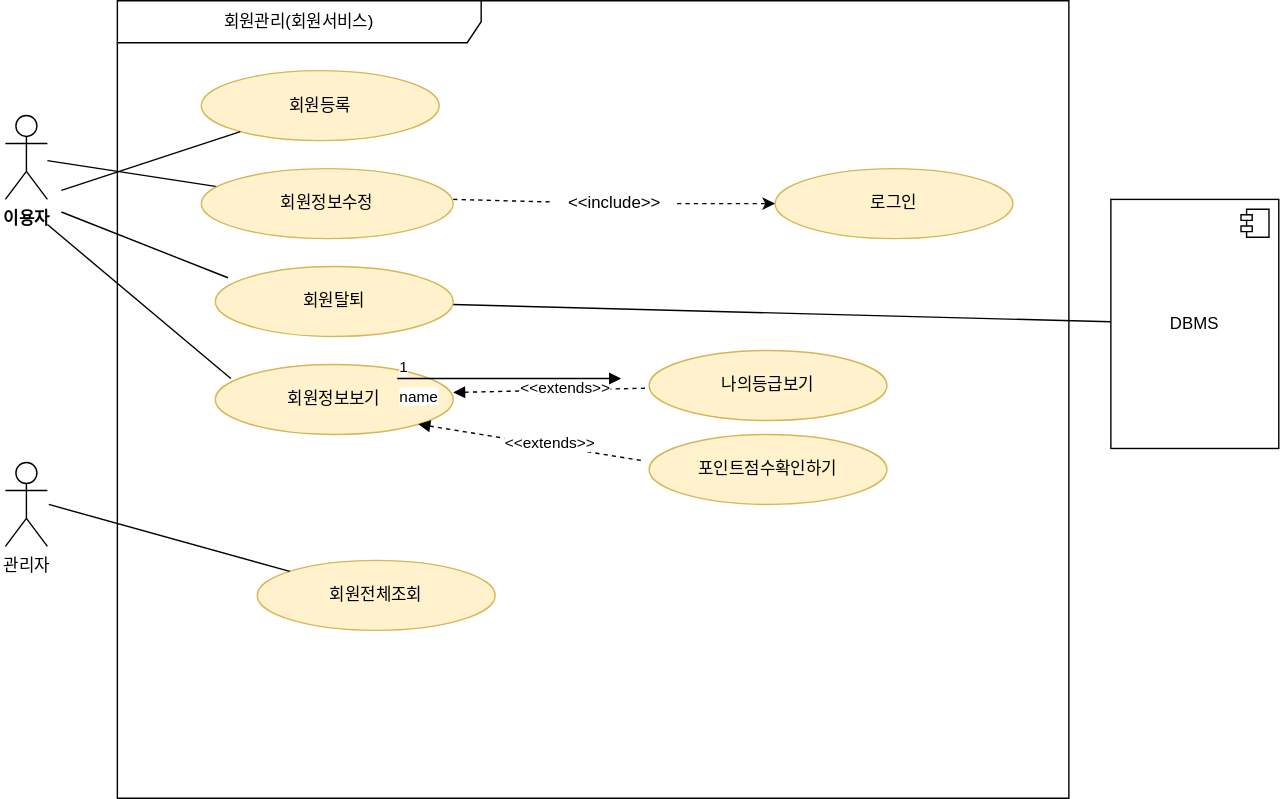
Earlier version of the draw.io export 제목 없는 다이어그램.drawio.svg (kimsaemjava/multi_it_test). Source tidied: cells renumbered, new cells last; positions are measured from the earlier drawing's top-left corner, leaving out a move shared by most shapes. The source it was exported from:
```xml
<mxGraphModel>
  <root>
    <mxCell id="0" />
    <mxCell id="1" parent="0" />
    <mxCell id="2" style="rounded=0;jettySize=auto;html=1;endArrow=none;endFill=0;" parent="1" edge="1" source="3" target="7">
      <mxGeometry relative="1" as="geometry" />
    </mxCell>
    <mxCell id="3" value="이용자&lt;br&gt;" style="shape=umlActor;verticalLabelPosition=bottom;verticalAlign=top;html=1;outlineConnect=0;fontStyle=1;" parent="1" vertex="1">
      <mxGeometry y="82" width="30" height="60" as="geometry" />
    </mxCell>
    <mxCell id="4" value="회원관리(회원서비스)" style="shape=umlFrame;whiteSpace=wrap;html=1;width=260;height=30;" parent="1" vertex="1">
      <mxGeometry x="80" width="680" height="570" as="geometry" />
    </mxCell>
    <mxCell id="5" value="관리자" style="shape=umlActor;verticalLabelPosition=bottom;verticalAlign=top;html=1;" parent="1" vertex="1">
      <mxGeometry y="330" width="30" height="60" as="geometry" />
    </mxCell>
    <mxCell id="6" value="회원등록" style="ellipse;whiteSpace=wrap;html=1;fillColor=#fff2cc;strokeColor=#d6b656;" parent="1" vertex="1">
      <mxGeometry x="140" y="50" width="170" height="50" as="geometry" />
    </mxCell>
    <mxCell id="7" value="회원정보수정" style="ellipse;whiteSpace=wrap;html=1;fillColor=#fff2cc;strokeColor=#d6b656;" parent="1" vertex="1">
      <mxGeometry x="140" y="120" width="180" height="50" as="geometry" />
    </mxCell>
    <mxCell id="8" style="rounded=0;jettySize=auto;html=1;endArrow=none;endFill=0;" parent="1" edge="1" source="9" target="26">
      <mxGeometry relative="1" as="geometry" />
    </mxCell>
    <mxCell id="9" value="회원탈퇴" style="ellipse;whiteSpace=wrap;html=1;fillColor=#fff2cc;strokeColor=#d6b656;" parent="1" vertex="1">
      <mxGeometry x="150" y="190" width="170" height="50" as="geometry" />
    </mxCell>
    <mxCell id="10" value="회원정보보기" style="ellipse;whiteSpace=wrap;html=1;fillColor=#fff2cc;strokeColor=#d6b656;" parent="1" vertex="1">
      <mxGeometry x="150" y="260" width="170" height="50" as="geometry" />
    </mxCell>
    <mxCell id="11" value="회원전체조회" style="ellipse;whiteSpace=wrap;html=1;fillColor=#fff2cc;strokeColor=#d6b656;" parent="1" vertex="1">
      <mxGeometry x="180" y="400" width="170" height="50" as="geometry" />
    </mxCell>
    <mxCell id="12" style="rounded=0;jettySize=auto;html=1;endArrow=none;endFill=0;entryX=0.053;entryY=0.16;entryDx=0;entryDy=0;entryPerimeter=0;" parent="1" edge="1" target="9">
      <mxGeometry relative="1" as="geometry">
        <mxPoint x="40" y="151" as="sourcePoint" />
      </mxGeometry>
    </mxCell>
    <mxCell id="13" style="rounded=0;jettySize=auto;html=1;endArrow=none;endFill=0;" parent="1" edge="1" target="6">
      <mxGeometry relative="1" as="geometry">
        <mxPoint x="40" y="135.5" as="sourcePoint" />
      </mxGeometry>
    </mxCell>
    <mxCell id="14" style="rounded=0;jettySize=auto;html=1;endArrow=none;endFill=0;entryX=0.065;entryY=0.2;entryDx=0;entryDy=0;entryPerimeter=0;" parent="1" edge="1" target="10">
      <mxGeometry relative="1" as="geometry">
        <mxPoint x="30" y="160" as="sourcePoint" />
      </mxGeometry>
    </mxCell>
    <mxCell id="15" style="rounded=0;jettySize=auto;html=1;endArrow=none;endFill=0;" parent="1" edge="1" target="11">
      <mxGeometry relative="1" as="geometry">
        <mxPoint x="31" y="360" as="sourcePoint" />
      </mxGeometry>
    </mxCell>
    <mxCell id="16" value="로그인" style="ellipse;whiteSpace=wrap;html=1;fillColor=#fff2cc;strokeColor=#d6b656;" parent="1" vertex="1">
      <mxGeometry x="550" y="120" width="170" height="50" as="geometry" />
    </mxCell>
    <mxCell id="17" style="rounded=0;jettySize=auto;html=1;endArrow=classic;endFill=1;dashed=1;" parent="1" edge="1" source="19" target="16">
      <mxGeometry relative="1" as="geometry" />
    </mxCell>
    <mxCell id="18" style="rounded=0;jettySize=auto;html=1;endArrow=none;endFill=0;dashed=1;" parent="1" edge="1" target="19">
      <mxGeometry relative="1" as="geometry">
        <mxPoint x="320" y="142" as="sourcePoint" />
      </mxGeometry>
    </mxCell>
    <mxCell id="19" value="&amp;lt;&amp;lt;include&amp;gt;&amp;gt;" style="text;html=1;align=center;verticalAlign=middle;points=[];strokeColor=none;fillColor=none;" parent="1" vertex="1">
      <mxGeometry x="390" y="130" width="90" height="30" as="geometry" />
    </mxCell>
    <mxCell id="20" value="나의등급보기" style="ellipse;whiteSpace=wrap;html=1;fillColor=#fff2cc;strokeColor=#d6b656;" parent="1" vertex="1">
      <mxGeometry x="460" y="250" width="170" height="50" as="geometry" />
    </mxCell>
    <mxCell id="21" value="포인트점수확인하기" style="ellipse;whiteSpace=wrap;html=1;fillColor=#fff2cc;strokeColor=#d6b656;" parent="1" vertex="1">
      <mxGeometry x="460" y="310" width="170" height="50" as="geometry" />
    </mxCell>
    <mxCell id="22" style="rounded=0;jettySize=auto;html=1;endArrow=none;endFill=0;dashed=1;startArrow=block;startFill=1;" parent="1" edge="1" target="20">
      <mxGeometry relative="1" as="geometry">
        <mxPoint x="320" y="280" as="sourcePoint" />
      </mxGeometry>
    </mxCell>
    <mxCell id="23" value="&amp;lt;&amp;lt;extends&amp;gt;&amp;gt;" style="edgeLabel;html=1;align=center;verticalAlign=middle;" parent="22" vertex="1">
      <mxGeometry x="0.14" y="2" relative="1" as="geometry" />
    </mxCell>
    <mxCell id="24" style="rounded=0;jettySize=auto;html=1;endArrow=none;endFill=0;dashed=1;startArrow=block;startFill=1;entryX=-0.018;entryY=0.38;entryDx=0;entryDy=0;entryPerimeter=0;exitX=1;exitY=1;exitDx=0;exitDy=0;" parent="1" edge="1" source="10" target="21">
      <mxGeometry relative="1" as="geometry" />
    </mxCell>
    <mxCell id="25" value="&amp;lt;&amp;lt;extends&amp;gt;&amp;gt;" style="edgeLabel;html=1;align=center;verticalAlign=middle;" parent="24" vertex="1">
      <mxGeometry x="0.14" y="2" relative="1" as="geometry" />
    </mxCell>
    <mxCell id="26" value="DBMS" style="html=1;whiteSpace=wrap;" parent="1" vertex="1">
      <mxGeometry x="790" y="142" width="120" height="178" as="geometry" />
    </mxCell>
    <mxCell id="27" style="shape=module;jettyWidth=8;jettyHeight=4;" parent="26" vertex="1">
      <mxGeometry x="1" width="20" height="20" relative="1" as="geometry">
        <mxPoint x="-27" y="7" as="offset" />
      </mxGeometry>
    </mxCell>
    <mxCell id="28" value="name" style="endArrow=block;endFill=1;html=1;edgeStyle=orthogonalEdgeStyle;align=left;verticalAlign=top;rounded=0;" parent="1" edge="1">
      <mxGeometry x="-1" relative="1" as="geometry">
        <mxPoint x="280" y="270" as="sourcePoint" />
        <mxPoint x="440" y="270" as="targetPoint" />
      </mxGeometry>
    </mxCell>
    <mxCell id="29" value="1" style="edgeLabel;html=1;align=left;verticalAlign=bottom;" parent="28" vertex="1">
      <mxGeometry x="-1" relative="1" as="geometry" />
    </mxCell>
  </root>
</mxGraphModel>
```
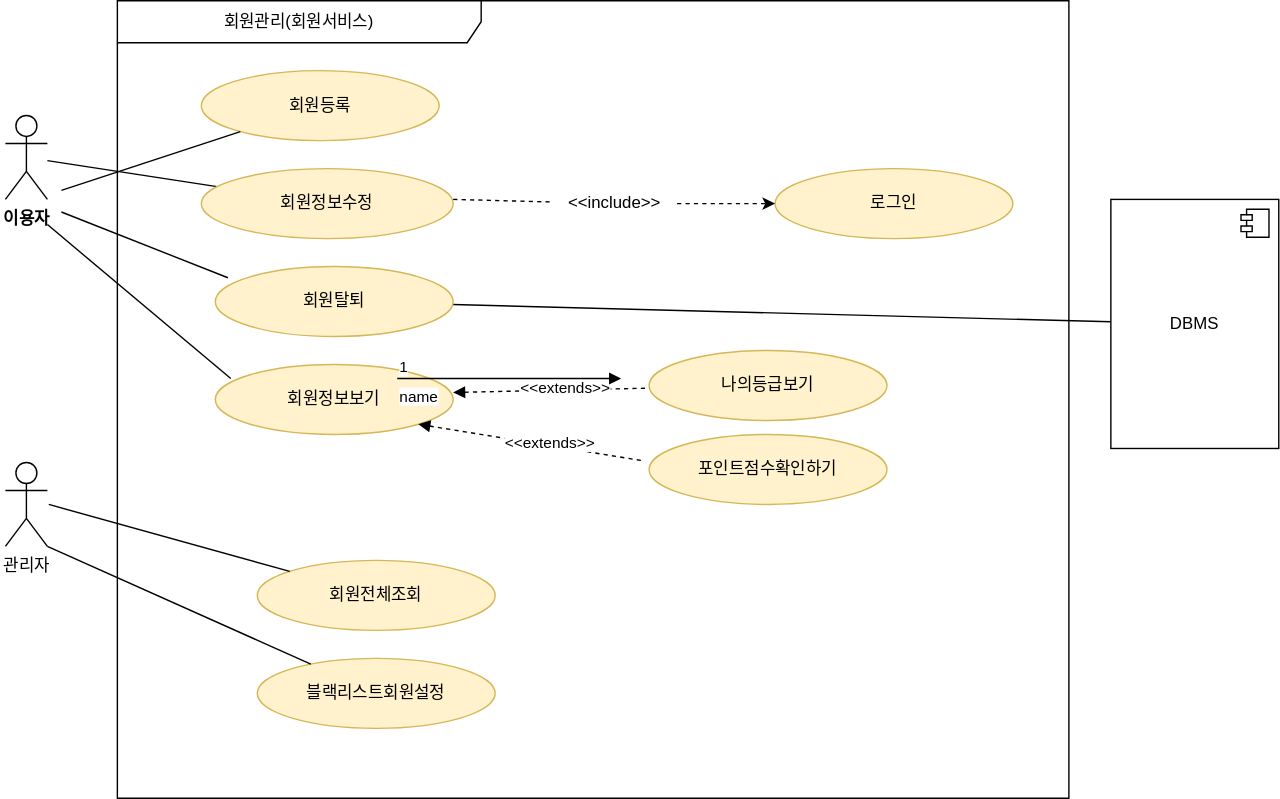
After the change.

Commit message:
제목 없는 다이어그램.drawio.svg 업데이트

Diff of the diagram source:
```diff
@@ -103,5 +103,13 @@
     <mxCell id="29" value="1" style="edgeLabel;html=1;align=left;verticalAlign=bottom;" parent="28" vertex="1">
       <mxGeometry x="-1" relative="1" as="geometry" />
     </mxCell>
+    <mxCell id="30" value="블랙리스트회원설정" style="ellipse;whiteSpace=wrap;html=1;fillColor=#fff2cc;strokeColor=#d6b656;" parent="1" vertex="1">
+      <mxGeometry x="180" y="470" width="170" height="50" as="geometry" />
+    </mxCell>
+    <mxCell id="31" style="rounded=0;jettySize=auto;html=1;endArrow=none;endFill=0;" parent="1" edge="1" target="30">
+      <mxGeometry relative="1" as="geometry">
+        <mxPoint x="30" y="390" as="sourcePoint" />
+      </mxGeometry>
+    </mxCell>
   </root>
 </mxGraphModel>
```
